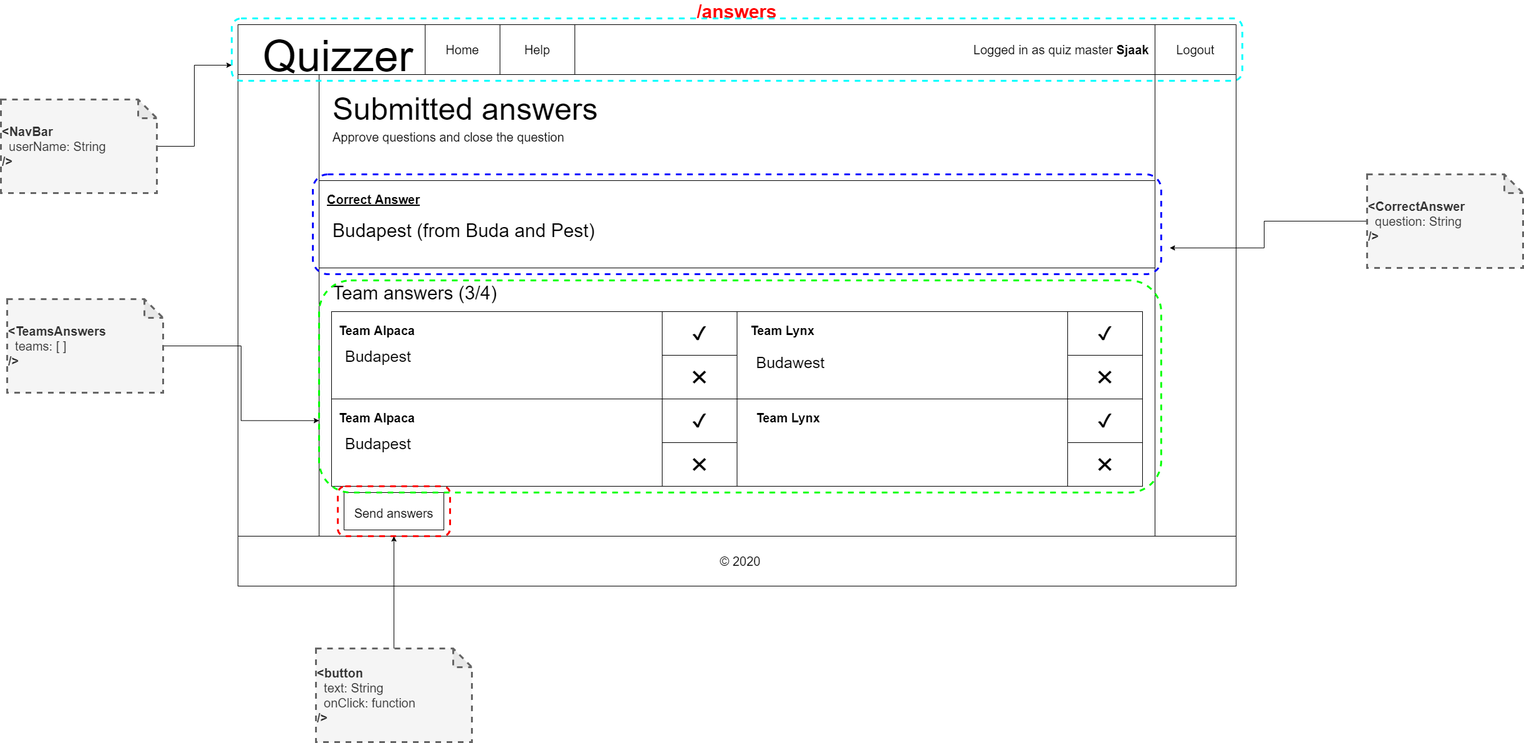
IkBenDeSjaak/Quizzer keeps this draw.io diagram as docs/wireframes-with-react-components/quizmaster-answers.png. Above is the earlier version. Source tidied: cells renumbered, new cells last; positions are measured from the earlier drawing's top-left corner, leaving out a move shared by most shapes. Source of this version:
```xml
<mxGraphModel>
  <root>
    <mxCell id="0" />
    <mxCell id="1" parent="0" />
    <mxCell id="2" style="group;" parent="1" vertex="1">
      <mxGeometry x="380" y="10" width="1610" height="900" as="geometry" />
    </mxCell>
    <mxCell id="3" value="&lt;b&gt;&lt;font style=&quot;font-size: 30px&quot; color=&quot;#ff0000&quot;&gt;/answers&lt;br&gt;&lt;/font&gt;&lt;/b&gt;" style="rounded=0;whiteSpace=wrap;html=1;labelPosition=center;verticalLabelPosition=top;align=center;verticalAlign=bottom;" parent="2" vertex="1">
      <mxGeometry width="1600" height="900" as="geometry" />
    </mxCell>
    <mxCell id="4" style="rounded=0;whiteSpace=wrap;html=1;" parent="2" vertex="1">
      <mxGeometry width="1600" height="80" as="geometry" />
    </mxCell>
    <mxCell id="5" value="&lt;font style=&quot;font-size: 70px&quot;&gt;Quizzer&lt;/font&gt;" style="text;html=1;align=center;verticalAlign=middle;" parent="2" vertex="1">
      <mxGeometry x="30" y="30" width="260" height="40" as="geometry" />
    </mxCell>
    <mxCell id="6" style="rounded=0;whiteSpace=wrap;html=1;" parent="2" vertex="1">
      <mxGeometry x="130" y="80" width="1340" height="740" as="geometry" />
    </mxCell>
    <mxCell id="7" style="rounded=0;whiteSpace=wrap;html=1;" parent="2" vertex="1">
      <mxGeometry y="820" width="1600" height="80" as="geometry" />
    </mxCell>
    <mxCell id="8" value="&lt;font style=&quot;font-size: 20px&quot;&gt;© 2020&lt;/font&gt;" style="text;html=1;align=center;verticalAlign=middle;" parent="2" vertex="1">
      <mxGeometry x="765" y="850" width="80" height="20" as="geometry" />
    </mxCell>
    <mxCell id="9" value="Home" style="rounded=0;whiteSpace=wrap;html=1;fontSize=20;" parent="2" vertex="1">
      <mxGeometry x="300" width="120" height="80" as="geometry" />
    </mxCell>
    <mxCell id="10" value="Help" style="rounded=0;whiteSpace=wrap;html=1;fontSize=20;" parent="2" vertex="1">
      <mxGeometry x="420" width="120" height="80" as="geometry" />
    </mxCell>
    <mxCell id="11" style="rounded=0;whiteSpace=wrap;html=1;" parent="2" vertex="1">
      <mxGeometry x="130" y="80" width="1340" height="170" as="geometry" />
    </mxCell>
    <mxCell id="12" value="&lt;span style=&quot;font-size: 20px&quot;&gt;Approve questions and close the question&lt;/span&gt;" style="text;html=1;strokeColor=none;fillColor=none;align=left;verticalAlign=middle;whiteSpace=wrap;rounded=0;" parent="2" vertex="1">
      <mxGeometry x="150" y="170" width="570" height="20" as="geometry" />
    </mxCell>
    <mxCell id="13" value="&lt;span style=&quot;font-size: 50px&quot;&gt;Submitted answers&lt;/span&gt;" style="text;html=1;align=left;verticalAlign=middle;" parent="2" vertex="1">
      <mxGeometry x="150" y="120" width="440" height="30" as="geometry" />
    </mxCell>
    <mxCell id="14" style="rounded=0;whiteSpace=wrap;html=1;align=left;" parent="2" vertex="1">
      <mxGeometry x="130" y="250" width="1340" height="140" as="geometry" />
    </mxCell>
    <mxCell id="15" value="&lt;div style=&quot;text-align: right&quot;&gt;Logged in as quiz master &lt;b&gt;Sjaak&lt;/b&gt;&lt;/div&gt;" style="text;html=1;strokeColor=none;fillColor=none;align=center;verticalAlign=middle;whiteSpace=wrap;rounded=0;fontSize=20;" parent="2" vertex="1">
      <mxGeometry x="1170" y="30" width="300" height="20" as="geometry" />
    </mxCell>
    <mxCell id="16" value="Logout" style="rounded=0;whiteSpace=wrap;html=1;fontSize=20;" parent="2" vertex="1">
      <mxGeometry x="1470" width="130" height="80" as="geometry" />
    </mxCell>
    <mxCell id="17" value="&lt;span style=&quot;font-size: 20px&quot;&gt;&lt;b&gt;&lt;u&gt;Correct Answer&lt;/u&gt;&lt;/b&gt;&lt;/span&gt;" style="text;html=1;strokeColor=none;fillColor=none;align=left;verticalAlign=middle;whiteSpace=wrap;rounded=0;" parent="2" vertex="1">
      <mxGeometry x="141" y="270" width="239" height="20" as="geometry" />
    </mxCell>
    <mxCell id="18" value="Budapest (from Buda and Pest)" style="text;html=1;strokeColor=none;fillColor=none;align=left;verticalAlign=middle;whiteSpace=wrap;rounded=0;fontSize=30;" parent="2" vertex="1">
      <mxGeometry x="150" y="320" width="900" height="20" as="geometry" />
    </mxCell>
    <mxCell id="19" style="rounded=0;whiteSpace=wrap;html=1;align=left;" parent="2" vertex="1">
      <mxGeometry x="150" y="460" width="650" height="140" as="geometry" />
    </mxCell>
    <mxCell id="20" value="&lt;font style=&quot;font-size: 25px&quot;&gt;Budapest&lt;/font&gt;" style="text;html=1;strokeColor=none;fillColor=none;align=left;verticalAlign=middle;whiteSpace=wrap;rounded=0;fontSize=30;" parent="2" vertex="1">
      <mxGeometry x="170" y="520" width="150" height="20" as="geometry" />
    </mxCell>
    <mxCell id="21" value="&lt;b style=&quot;font-size: 20px&quot;&gt;Team Alpaca&lt;/b&gt;" style="text;html=1;strokeColor=none;fillColor=none;align=left;verticalAlign=middle;whiteSpace=wrap;rounded=0;" parent="2" vertex="1">
      <mxGeometry x="160" y="480" width="239" height="20" as="geometry" />
    </mxCell>
    <mxCell id="22" value="Team answers (3/4)" style="text;html=1;strokeColor=none;fillColor=none;align=left;verticalAlign=middle;whiteSpace=wrap;rounded=0;fontSize=30;" parent="2" vertex="1">
      <mxGeometry x="150" y="420" width="290" height="20" as="geometry" />
    </mxCell>
    <mxCell id="23" style="rounded=0;whiteSpace=wrap;html=1;align=left;" parent="2" vertex="1">
      <mxGeometry x="800" y="460" width="650" height="140" as="geometry" />
    </mxCell>
    <mxCell id="24" value="&lt;b style=&quot;font-size: 20px&quot;&gt;Team Lynx&lt;/b&gt;" style="text;html=1;strokeColor=none;fillColor=none;align=left;verticalAlign=middle;whiteSpace=wrap;rounded=0;" parent="2" vertex="1">
      <mxGeometry x="820" y="480" width="239" height="20" as="geometry" />
    </mxCell>
    <mxCell id="25" value="&lt;font style=&quot;font-size: 25px&quot;&gt;Budawest&lt;/font&gt;" style="text;html=1;strokeColor=none;fillColor=none;align=left;verticalAlign=middle;whiteSpace=wrap;rounded=0;fontSize=30;" parent="2" vertex="1">
      <mxGeometry x="829" y="530" width="150" height="20" as="geometry" />
    </mxCell>
    <mxCell id="26" value="✔" style="rounded=0;whiteSpace=wrap;html=1;fontSize=30;align=center;" parent="2" vertex="1">
      <mxGeometry x="680" y="460" width="120" height="70" as="geometry" />
    </mxCell>
    <mxCell id="27" value="✖" style="rounded=0;whiteSpace=wrap;html=1;fontSize=30;align=center;" parent="2" vertex="1">
      <mxGeometry x="680" y="530" width="120" height="70" as="geometry" />
    </mxCell>
    <mxCell id="28" value="✔" style="rounded=0;whiteSpace=wrap;html=1;fontSize=30;align=center;" parent="2" vertex="1">
      <mxGeometry x="1330" y="460" width="120" height="70" as="geometry" />
    </mxCell>
    <mxCell id="29" value="✖" style="rounded=0;whiteSpace=wrap;html=1;fontSize=30;align=center;" parent="2" vertex="1">
      <mxGeometry x="1330" y="530" width="120" height="70" as="geometry" />
    </mxCell>
    <mxCell id="30" style="rounded=0;whiteSpace=wrap;html=1;align=left;" parent="2" vertex="1">
      <mxGeometry x="150" y="600" width="650" height="140" as="geometry" />
    </mxCell>
    <mxCell id="31" value="&lt;b style=&quot;font-size: 20px&quot;&gt;Team Alpaca&lt;/b&gt;" style="text;html=1;strokeColor=none;fillColor=none;align=left;verticalAlign=middle;whiteSpace=wrap;rounded=0;" parent="2" vertex="1">
      <mxGeometry x="160" y="620" width="239" height="20" as="geometry" />
    </mxCell>
    <mxCell id="32" value="&lt;font style=&quot;font-size: 25px&quot;&gt;Budapest&lt;/font&gt;" style="text;html=1;strokeColor=none;fillColor=none;align=left;verticalAlign=middle;whiteSpace=wrap;rounded=0;fontSize=30;" parent="2" vertex="1">
      <mxGeometry x="170" y="660" width="150" height="20" as="geometry" />
    </mxCell>
    <mxCell id="33" value="✔" style="rounded=0;whiteSpace=wrap;html=1;fontSize=30;align=center;" parent="2" vertex="1">
      <mxGeometry x="680" y="600" width="120" height="70" as="geometry" />
    </mxCell>
    <mxCell id="34" value="✖" style="rounded=0;whiteSpace=wrap;html=1;fontSize=30;align=center;" parent="2" vertex="1">
      <mxGeometry x="680" y="670" width="120" height="70" as="geometry" />
    </mxCell>
    <mxCell id="35" value="&lt;font style=&quot;font-size: 25px&quot;&gt;Budawest&lt;/font&gt;" style="text;html=1;strokeColor=none;fillColor=none;align=left;verticalAlign=middle;whiteSpace=wrap;rounded=0;fontSize=30;" parent="2" vertex="1">
      <mxGeometry x="829" y="670" width="150" height="20" as="geometry" />
    </mxCell>
    <mxCell id="36" value="&lt;b style=&quot;font-size: 20px&quot;&gt;Team Lynx&lt;/b&gt;" style="text;html=1;strokeColor=none;fillColor=none;align=left;verticalAlign=middle;whiteSpace=wrap;rounded=0;" parent="2" vertex="1">
      <mxGeometry x="820" y="620" width="239" height="20" as="geometry" />
    </mxCell>
    <mxCell id="37" style="rounded=0;whiteSpace=wrap;html=1;align=left;" parent="2" vertex="1">
      <mxGeometry x="800" y="600" width="650" height="140" as="geometry" />
    </mxCell>
    <mxCell id="38" value="✔" style="rounded=0;whiteSpace=wrap;html=1;fontSize=30;align=center;" parent="2" vertex="1">
      <mxGeometry x="1330" y="600" width="120" height="70" as="geometry" />
    </mxCell>
    <mxCell id="39" value="✖" style="rounded=0;whiteSpace=wrap;html=1;fontSize=30;align=center;" parent="2" vertex="1">
      <mxGeometry x="1330" y="670" width="120" height="70" as="geometry" />
    </mxCell>
    <mxCell id="40" value="&lt;b style=&quot;font-size: 20px&quot;&gt;Team Lynx&lt;/b&gt;" style="text;html=1;strokeColor=none;fillColor=none;align=left;verticalAlign=middle;whiteSpace=wrap;rounded=0;" parent="2" vertex="1">
      <mxGeometry x="829" y="620" width="239" height="20" as="geometry" />
    </mxCell>
    <mxCell id="41" value="&lt;font style=&quot;font-size: 20px&quot;&gt;Send answers&lt;/font&gt;" style="rounded=0;whiteSpace=wrap;html=1;fontSize=30;align=center;" parent="2" vertex="1">
      <mxGeometry x="170" y="750" width="160" height="60" as="geometry" />
    </mxCell>
    <mxCell id="42" style="rounded=1;whiteSpace=wrap;html=1;fillColor=none;strokeColor=#00FFFF;strokeWidth=3;dashed=1;" parent="2" vertex="1">
      <mxGeometry x="-10" y="-10" width="1620" height="100" as="geometry" />
    </mxCell>
    <mxCell id="43" style="rounded=1;whiteSpace=wrap;html=1;strokeWidth=3;fillColor=none;strokeColor=#0000FF;dashed=1;" parent="2" vertex="1">
      <mxGeometry x="120" y="240" width="1360" height="160" as="geometry" />
    </mxCell>
    <mxCell id="44" style="rounded=1;whiteSpace=wrap;html=1;strokeWidth=3;fillColor=none;strokeColor=#00FF00;dashed=1;" parent="2" vertex="1">
      <mxGeometry x="130" y="410" width="1350" height="340" as="geometry" />
    </mxCell>
    <mxCell id="45" style="rounded=1;whiteSpace=wrap;html=1;dashed=1;strokeWidth=3;fillColor=none;fontSize=20;strokeColor=#FF0000;" parent="2" vertex="1">
      <mxGeometry x="160" y="740" width="180" height="80" as="geometry" />
    </mxCell>
    <mxCell id="46" style="edgeStyle=orthogonalEdgeStyle;rounded=0;jettySize=auto;html=1;entryX=0;entryY=0.75;entryDx=0;entryDy=0;" parent="1" edge="1" source="47" target="42">
      <mxGeometry relative="1" as="geometry" />
    </mxCell>
    <mxCell id="47" value="&lt;b&gt;&amp;lt;NavBar&lt;/b&gt;&lt;br&gt;&amp;nbsp; userName: String&amp;nbsp;&amp;nbsp;&lt;br&gt;&lt;b&gt;/&amp;gt;&lt;/b&gt;" style="shape=note;whiteSpace=wrap;html=1;backgroundOutline=1;darkOpacity=0.05;strokeWidth=3;fillColor=#f5f5f5;strokeColor=#666666;fontColor=#333333;align=left;fontSize=20;dashed=1;" parent="1" vertex="1">
      <mxGeometry y="130" width="250" height="150" as="geometry" />
    </mxCell>
    <mxCell id="48" style="edgeStyle=orthogonalEdgeStyle;rounded=0;jettySize=auto;html=1;entryX=0;entryY=0.661;entryDx=0;entryDy=0;entryPerimeter=0;fontSize=20;" parent="1" edge="1" source="49" target="44">
      <mxGeometry relative="1" as="geometry" />
    </mxCell>
    <mxCell id="49" value="&lt;b&gt;&amp;lt;TeamsAnswers&lt;/b&gt;&lt;br&gt;&amp;nbsp; teams: [ ]&lt;br&gt;&lt;b&gt;/&amp;gt;&lt;/b&gt;" style="shape=note;whiteSpace=wrap;html=1;backgroundOutline=1;darkOpacity=0.05;strokeWidth=3;fillColor=#f5f5f5;strokeColor=#666666;fontColor=#333333;align=left;fontSize=20;dashed=1;" parent="1" vertex="1">
      <mxGeometry x="10" y="450" width="250" height="150" as="geometry" />
    </mxCell>
    <mxCell id="50" style="edgeStyle=orthogonalEdgeStyle;rounded=0;jettySize=auto;html=1;entryX=1.01;entryY=0.737;entryDx=0;entryDy=0;entryPerimeter=0;fontSize=20;" parent="1" edge="1" source="51" target="43">
      <mxGeometry relative="1" as="geometry" />
    </mxCell>
    <mxCell id="51" value="&lt;b&gt;&amp;lt;CorrectAnswer&lt;/b&gt;&lt;br&gt;&amp;nbsp; question: String&lt;br&gt;&lt;b&gt;/&amp;gt;&lt;/b&gt;" style="shape=note;whiteSpace=wrap;html=1;backgroundOutline=1;darkOpacity=0.05;strokeWidth=3;fillColor=#f5f5f5;strokeColor=#666666;fontColor=#333333;align=left;fontSize=20;dashed=1;" parent="1" vertex="1">
      <mxGeometry x="2190" y="250" width="250" height="150" as="geometry" />
    </mxCell>
    <mxCell id="52" style="edgeStyle=orthogonalEdgeStyle;rounded=0;jettySize=auto;html=1;fontSize=20;" parent="1" edge="1" source="53" target="45">
      <mxGeometry relative="1" as="geometry" />
    </mxCell>
    <mxCell id="53" value="&lt;b&gt;&amp;lt;button&lt;/b&gt;&lt;br&gt;&amp;nbsp; text: String&lt;br&gt;&amp;nbsp; onClick: function&lt;br&gt;&lt;b&gt;/&amp;gt;&lt;/b&gt;" style="shape=note;whiteSpace=wrap;html=1;backgroundOutline=1;darkOpacity=0.05;strokeWidth=3;fillColor=#f5f5f5;strokeColor=#666666;fontColor=#333333;align=left;fontSize=20;dashed=1;" parent="1" vertex="1">
      <mxGeometry x="505" y="1010" width="250" height="150" as="geometry" />
    </mxCell>
  </root>
</mxGraphModel>
```
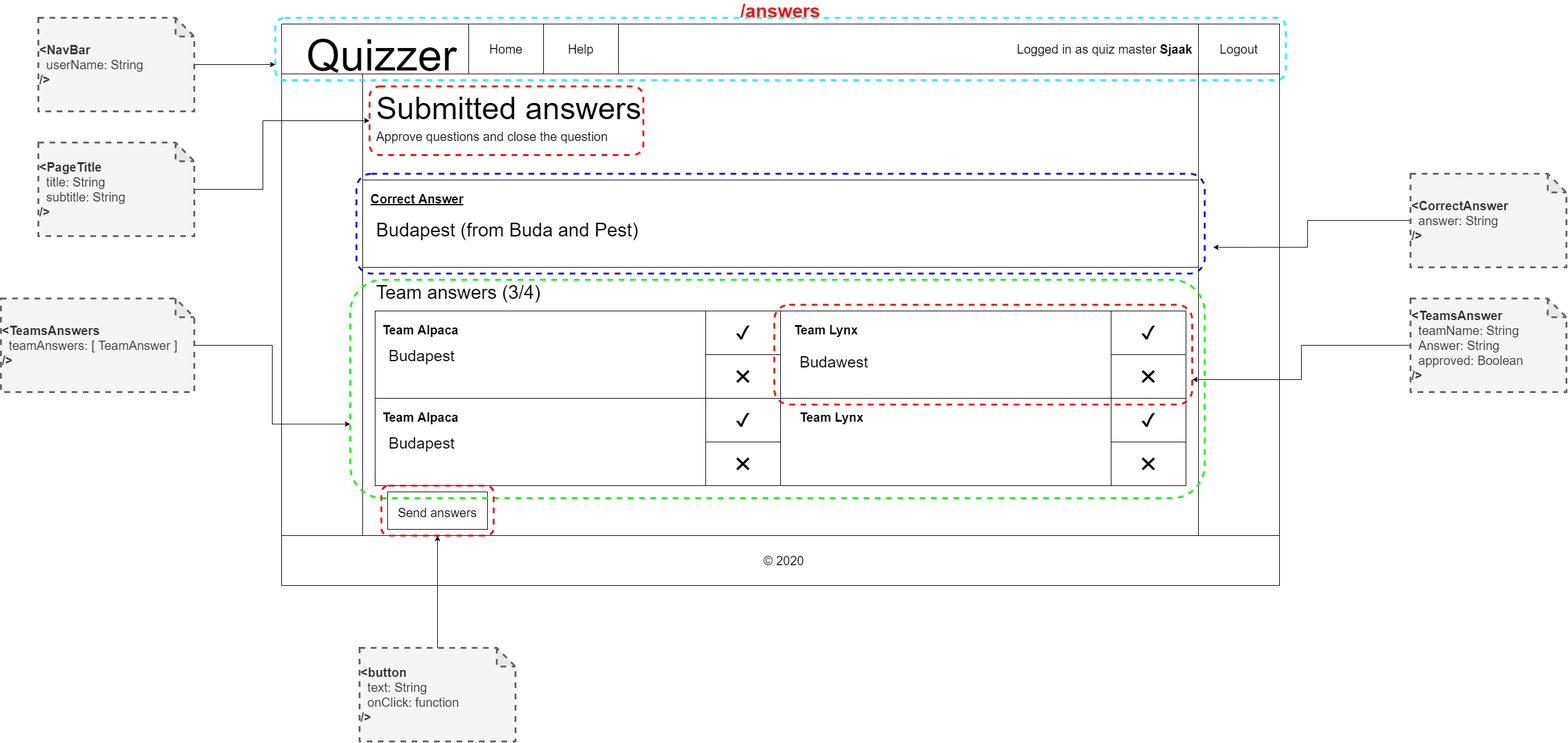
After the commit.

Diff of the diagram source:
```diff
@@ -129,27 +129,33 @@
       <mxGeometry x="120" y="240" width="1360" height="160" as="geometry" />
     </mxCell>
     <mxCell id="44" style="rounded=1;whiteSpace=wrap;html=1;strokeWidth=3;fillColor=none;strokeColor=#00FF00;dashed=1;" parent="2" vertex="1">
-      <mxGeometry x="130" y="410" width="1350" height="340" as="geometry" />
+      <mxGeometry x="110" y="410" width="1370" height="350" as="geometry" />
     </mxCell>
     <mxCell id="45" style="rounded=1;whiteSpace=wrap;html=1;dashed=1;strokeWidth=3;fillColor=none;fontSize=20;strokeColor=#FF0000;" parent="2" vertex="1">
       <mxGeometry x="160" y="740" width="180" height="80" as="geometry" />
     </mxCell>
+    <mxCell id="54" style="rounded=1;whiteSpace=wrap;html=1;fillColor=none;strokeColor=#FF0000;dashed=1;strokeWidth=3;" parent="2" vertex="1">
+      <mxGeometry x="141" y="100" width="439" height="110" as="geometry" />
+    </mxCell>
+    <mxCell id="55" style="rounded=1;whiteSpace=wrap;html=1;dashed=1;strokeColor=#FF0000;strokeWidth=3;fillColor=none;" parent="2" vertex="1">
+      <mxGeometry x="790" y="450" width="670" height="160" as="geometry" />
+    </mxCell>
     <mxCell id="46" style="edgeStyle=orthogonalEdgeStyle;rounded=0;jettySize=auto;html=1;entryX=0;entryY=0.75;entryDx=0;entryDy=0;" parent="1" edge="1" source="47" target="42">
       <mxGeometry relative="1" as="geometry" />
     </mxCell>
     <mxCell id="47" value="&lt;b&gt;&amp;lt;NavBar&lt;/b&gt;&lt;br&gt;&amp;nbsp; userName: String&amp;nbsp;&amp;nbsp;&lt;br&gt;&lt;b&gt;/&amp;gt;&lt;/b&gt;" style="shape=note;whiteSpace=wrap;html=1;backgroundOutline=1;darkOpacity=0.05;strokeWidth=3;fillColor=#f5f5f5;strokeColor=#666666;fontColor=#333333;align=left;fontSize=20;dashed=1;" parent="1" vertex="1">
-      <mxGeometry y="130" width="250" height="150" as="geometry" />
+      <mxGeometry x="-10" width="250" height="150" as="geometry" />
     </mxCell>
     <mxCell id="48" style="edgeStyle=orthogonalEdgeStyle;rounded=0;jettySize=auto;html=1;entryX=0;entryY=0.661;entryDx=0;entryDy=0;entryPerimeter=0;fontSize=20;" parent="1" edge="1" source="49" target="44">
       <mxGeometry relative="1" as="geometry" />
     </mxCell>
-    <mxCell id="49" value="&lt;b&gt;&amp;lt;TeamsAnswers&lt;/b&gt;&lt;br&gt;&amp;nbsp; teams: [ ]&lt;br&gt;&lt;b&gt;/&amp;gt;&lt;/b&gt;" style="shape=note;whiteSpace=wrap;html=1;backgroundOutline=1;darkOpacity=0.05;strokeWidth=3;fillColor=#f5f5f5;strokeColor=#666666;fontColor=#333333;align=left;fontSize=20;dashed=1;" parent="1" vertex="1">
-      <mxGeometry x="10" y="450" width="250" height="150" as="geometry" />
+    <mxCell id="49" value="&lt;b&gt;&amp;lt;TeamsAnswers&lt;/b&gt;&lt;br&gt;&amp;nbsp; teamAnswers: [ TeamAnswer ]&lt;br&gt;&lt;b&gt;/&amp;gt;&lt;/b&gt;" style="shape=note;whiteSpace=wrap;html=1;backgroundOutline=1;darkOpacity=0.05;strokeWidth=3;fillColor=#f5f5f5;strokeColor=#666666;fontColor=#333333;align=left;fontSize=20;dashed=1;" parent="1" vertex="1">
+      <mxGeometry x="-70" y="450" width="310" height="150" as="geometry" />
     </mxCell>
     <mxCell id="50" style="edgeStyle=orthogonalEdgeStyle;rounded=0;jettySize=auto;html=1;entryX=1.01;entryY=0.737;entryDx=0;entryDy=0;entryPerimeter=0;fontSize=20;" parent="1" edge="1" source="51" target="43">
       <mxGeometry relative="1" as="geometry" />
     </mxCell>
-    <mxCell id="51" value="&lt;b&gt;&amp;lt;CorrectAnswer&lt;/b&gt;&lt;br&gt;&amp;nbsp; question: String&lt;br&gt;&lt;b&gt;/&amp;gt;&lt;/b&gt;" style="shape=note;whiteSpace=wrap;html=1;backgroundOutline=1;darkOpacity=0.05;strokeWidth=3;fillColor=#f5f5f5;strokeColor=#666666;fontColor=#333333;align=left;fontSize=20;dashed=1;" parent="1" vertex="1">
+    <mxCell id="51" value="&lt;b&gt;&amp;lt;CorrectAnswer&lt;/b&gt;&lt;br&gt;&amp;nbsp; answer: String&lt;br&gt;&lt;b&gt;/&amp;gt;&lt;/b&gt;" style="shape=note;whiteSpace=wrap;html=1;backgroundOutline=1;darkOpacity=0.05;strokeWidth=3;fillColor=#f5f5f5;strokeColor=#666666;fontColor=#333333;align=left;fontSize=20;dashed=1;" parent="1" vertex="1">
       <mxGeometry x="2190" y="250" width="250" height="150" as="geometry" />
     </mxCell>
     <mxCell id="52" style="edgeStyle=orthogonalEdgeStyle;rounded=0;jettySize=auto;html=1;fontSize=20;" parent="1" edge="1" source="53" target="45">
@@ -158,5 +164,22 @@
     <mxCell id="53" value="&lt;b&gt;&amp;lt;button&lt;/b&gt;&lt;br&gt;&amp;nbsp; text: String&lt;br&gt;&amp;nbsp; onClick: function&lt;br&gt;&lt;b&gt;/&amp;gt;&lt;/b&gt;" style="shape=note;whiteSpace=wrap;html=1;backgroundOutline=1;darkOpacity=0.05;strokeWidth=3;fillColor=#f5f5f5;strokeColor=#666666;fontColor=#333333;align=left;fontSize=20;dashed=1;" parent="1" vertex="1">
       <mxGeometry x="505" y="1010" width="250" height="150" as="geometry" />
     </mxCell>
+    <mxCell id="56" style="edgeStyle=orthogonalEdgeStyle;rounded=0;jettySize=auto;html=1;entryX=0;entryY=0.5;entryDx=0;entryDy=0;" parent="1" edge="1" source="57" target="54">
+      <mxGeometry relative="1" as="geometry">
+        <Array as="points">
+          <mxPoint x="350" y="275" />
+          <mxPoint x="350" y="165" />
+        </Array>
+      </mxGeometry>
+    </mxCell>
+    <mxCell id="57" value="&lt;b&gt;&amp;lt;PageTitle&lt;/b&gt;&lt;br&gt;&amp;nbsp; title: String&lt;br&gt;&amp;nbsp; subtitle: String&amp;nbsp;&amp;nbsp;&lt;br&gt;&lt;b&gt;/&amp;gt;&lt;/b&gt;" style="shape=note;whiteSpace=wrap;html=1;backgroundOutline=1;darkOpacity=0.05;strokeWidth=3;fillColor=#f5f5f5;strokeColor=#666666;fontColor=#333333;align=left;fontSize=20;dashed=1;" parent="1" vertex="1">
+      <mxGeometry x="-10" y="200" width="250" height="150" as="geometry" />
+    </mxCell>
+    <mxCell id="58" style="edgeStyle=orthogonalEdgeStyle;rounded=0;jettySize=auto;html=1;entryX=1;entryY=0.75;entryDx=0;entryDy=0;" parent="1" edge="1" source="59" target="55">
+      <mxGeometry relative="1" as="geometry" />
+    </mxCell>
+    <mxCell id="59" value="&lt;b&gt;&amp;lt;TeamsAnswer&lt;/b&gt;&lt;br&gt;&amp;nbsp; teamName: String&lt;br&gt;&amp;nbsp; Answer: String&lt;br&gt;&amp;nbsp; approved: Boolean&lt;br&gt;&lt;b&gt;/&amp;gt;&lt;/b&gt;" style="shape=note;whiteSpace=wrap;html=1;backgroundOutline=1;darkOpacity=0.05;strokeWidth=3;fillColor=#f5f5f5;strokeColor=#666666;fontColor=#333333;align=left;fontSize=20;dashed=1;" parent="1" vertex="1">
+      <mxGeometry x="2190" y="450" width="250" height="150" as="geometry" />
+    </mxCell>
   </root>
 </mxGraphModel>
```
